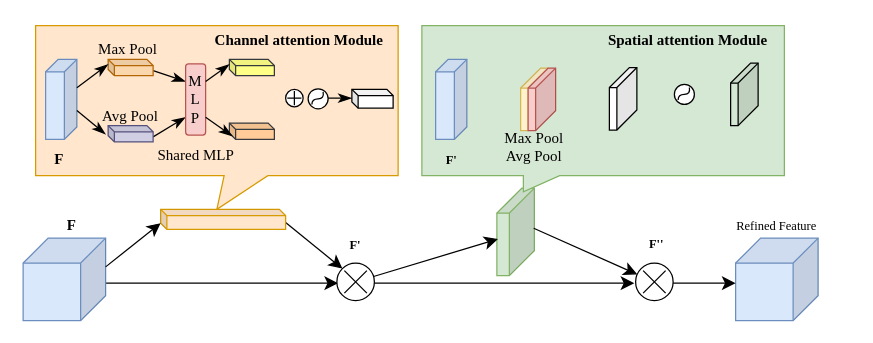
This is DrawIO_file/流程图/CBAM注意力机制.drawio from DingDongZz/typera_PicGO, a draw.io file, before an edit. Source tidied: cells renumbered, new cells numbered last; positions are measured from the earlier drawing's top-left corner, leaving out a move shared by most shapes. Both pictures are drawn from the tidied source at 125%, with x=0, y=0 at pixel (21, 21).
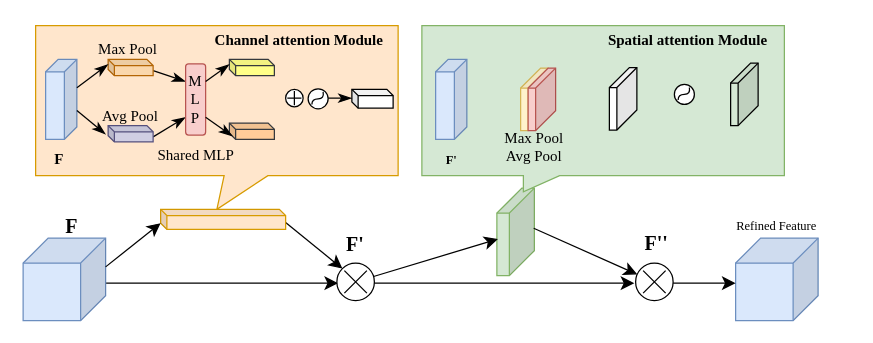
After the change.

Commit message (it also covers changes not shown here):
更新CBAM注意力机制.drawio

What changed in the source:
```diff
@@
-    <mxCell id="53" value="F" style="text;html=1;align=center;verticalAlign=middle;whiteSpace=wrap;rounded=0;fontFamily=Times New Roman;fontSize=12;fontColor=default;labelBackgroundColor=none;fontStyle=1;" parent="1" vertex="1">
+    <mxCell id="53" value="F" style="text;html=1;align=center;verticalAlign=middle;whiteSpace=wrap;rounded=0;fontFamily=Times New Roman;fontSize=16;fontColor=default;labelBackgroundColor=none;fontStyle=1;" parent="1" vertex="1">
       <mxGeometry x="10" y="148" width="60" height="30" as="geometry" />
     </mxCell>
-    <mxCell id="54" value="&lt;span style=&quot;font-size: 10px;&quot;&gt;F'&lt;/span&gt;" style="text;html=1;align=center;verticalAlign=middle;whiteSpace=wrap;rounded=0;fontFamily=Times New Roman;fontSize=12;fontColor=default;labelBackgroundColor=none;fontStyle=1;" parent="1" vertex="1">
+    <mxCell id="54" value="&lt;span&gt;F'&lt;/span&gt;" style="text;html=1;align=center;verticalAlign=middle;whiteSpace=wrap;rounded=0;fontFamily=Times New Roman;fontSize=16;fontColor=default;labelBackgroundColor=none;fontStyle=1;" parent="1" vertex="1">
       <mxGeometry x="237" y="163" width="60" height="30" as="geometry" />
     </mxCell>
-    <mxCell id="55" value="&lt;span style=&quot;font-size: 10px;&quot;&gt;F''&lt;/span&gt;" style="text;html=1;align=center;verticalAlign=middle;whiteSpace=wrap;rounded=0;fontFamily=Times New Roman;fontSize=12;fontColor=default;labelBackgroundColor=none;fontStyle=1;" parent="1" vertex="1">
+    <mxCell id="55" value="&lt;span&gt;F''&lt;/span&gt;" style="text;html=1;align=center;verticalAlign=middle;whiteSpace=wrap;rounded=0;fontFamily=Times New Roman;fontSize=16;fontColor=default;labelBackgroundColor=none;fontStyle=1;" parent="1" vertex="1">
       <mxGeometry x="478" y="162" width="60" height="30" as="geometry" />
     </mxCell>
```
